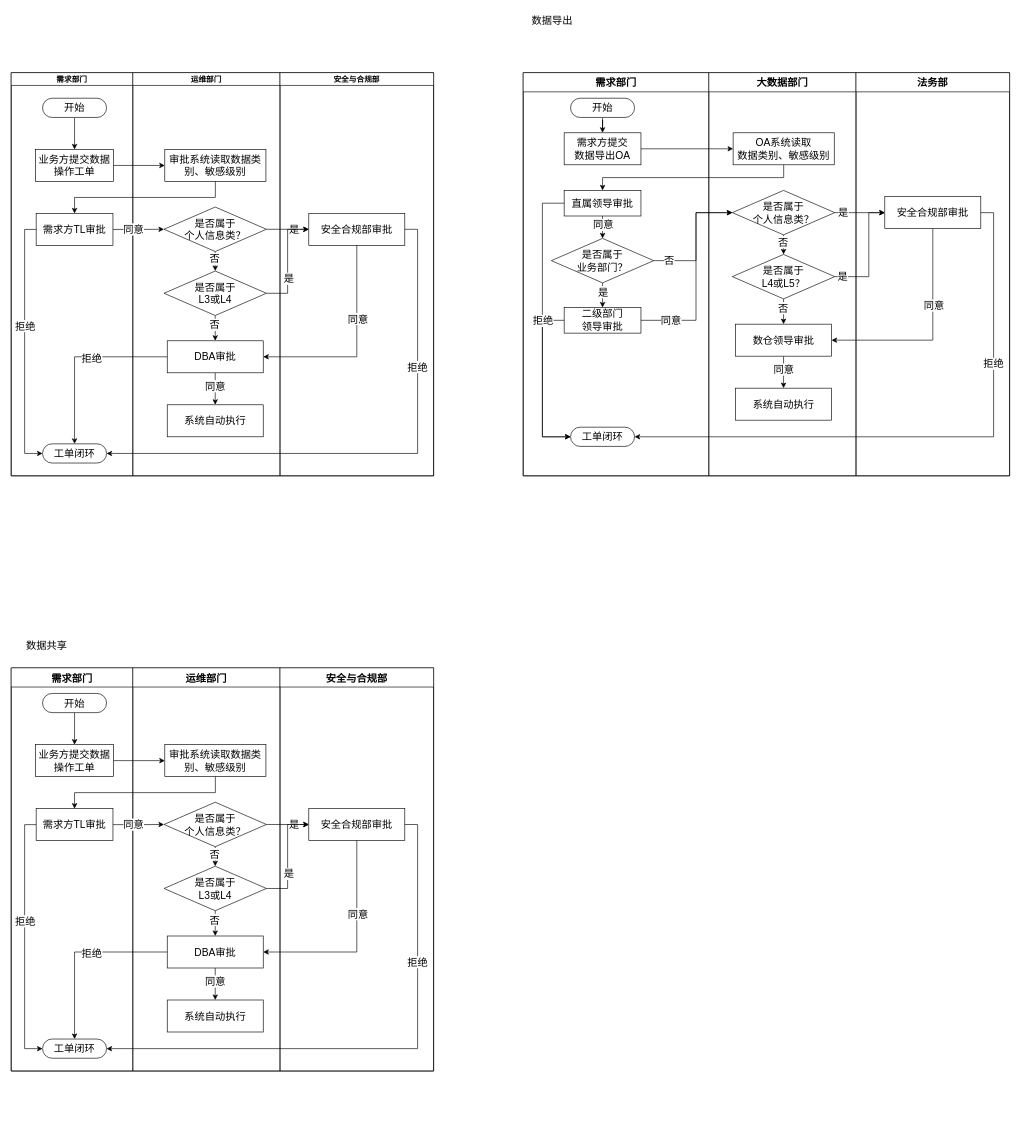
Above: 数据分级保护各场景流程图.drawio in hongweilv-whu/flowCharts (draw.io), before the change. Source tidied: cells renumbered, new cells numbered last; positions are measured from the earlier drawing's top-left corner, leaving out a move shared by most shapes. Both pictures are drawn from the tidied source at 64%, with x=0, y=0 at pixel (11, 11).
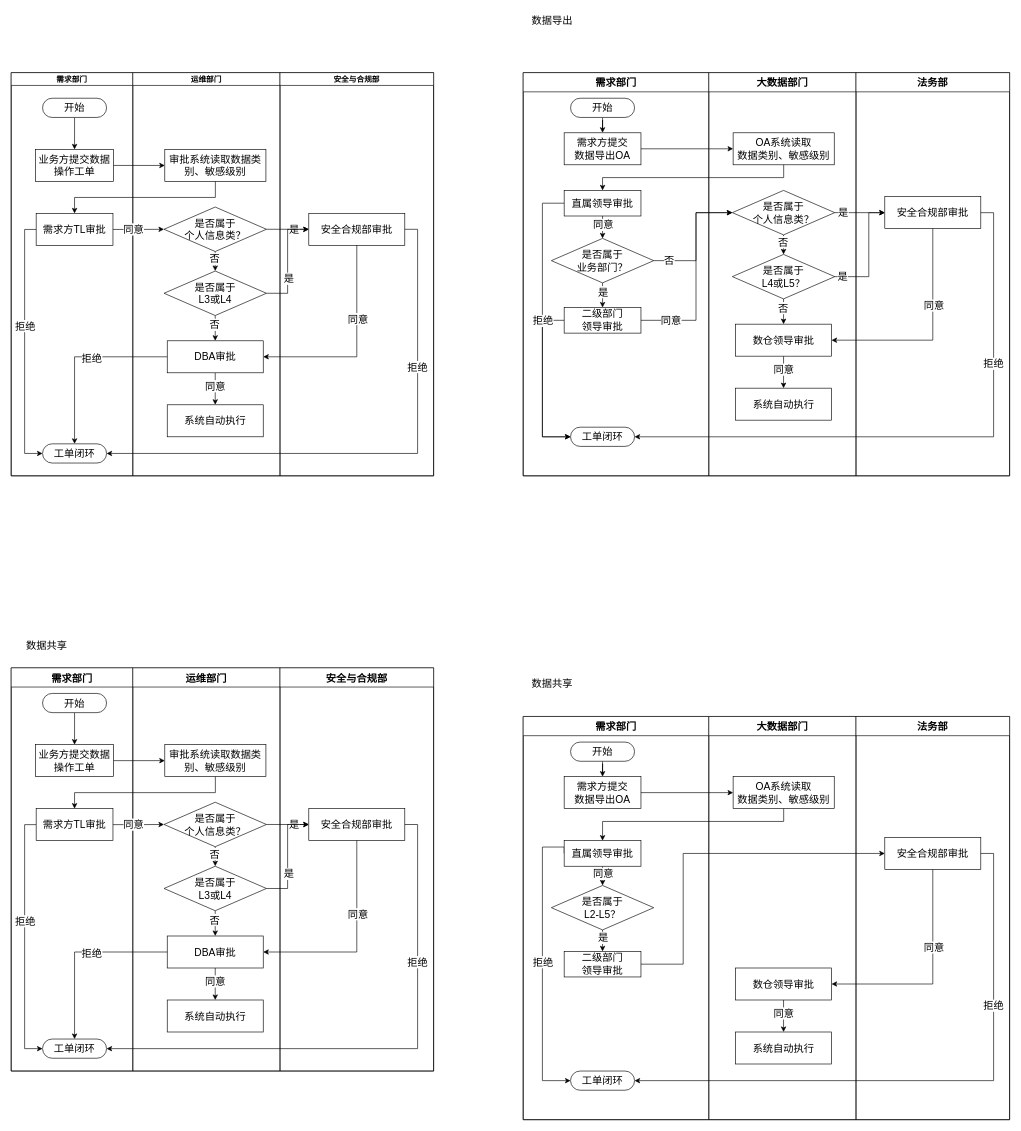
The same page after the edit.

Commit message (it also covers changes not shown here):
更新数据分级保护各场景流程图.drawio

The edit, as a diff of the source:
```diff
@@
+    <mxCell id="122" style="swimlane;startSize=0;horizontal=0;" parent="1" vertex="1">
+      <mxGeometry x="800" y="1102" width="760" height="630" as="geometry" />
+    </mxCell>
+    <mxCell id="123" value="需求部门" style="swimlane;startSize=30;fontSize=16;" parent="122" vertex="1">
+      <mxGeometry width="290" height="630" as="geometry" />
+    </mxCell>
+    <mxCell id="124" value="&lt;font style=&quot;font-size: 16px;&quot;&gt;需求方提交&lt;br&gt;数据导出OA&lt;/font&gt;" style="rounded=0;whiteSpace=wrap;html=1;" parent="123" vertex="1">
+      <mxGeometry x="64" y="94" width="120" height="50" as="geometry" />
+    </mxCell>
+    <mxCell id="125" style="edgeStyle=orthogonalEdgeStyle;rounded=0;jettySize=auto;html=1;exitX=0.5;exitY=1;exitDx=0;exitDy=0;fontSize=16;" parent="123" edge="1" source="126" target="124">
+      <mxGeometry relative="1" as="geometry" />
+    </mxCell>
+    <mxCell id="126" value="开始" style="rounded=1;whiteSpace=wrap;html=1;fontSize=16;arcSize=50;" parent="123" vertex="1">
+      <mxGeometry x="74" y="40" width="100" height="30" as="geometry" />
+    </mxCell>
+    <mxCell id="127" value="工单闭环" style="rounded=1;whiteSpace=wrap;html=1;fontSize=16;arcSize=50;" parent="123" vertex="1">
+      <mxGeometry x="74" y="554" width="100" height="30" as="geometry" />
+    </mxCell>
+    <mxCell id="128" value="&lt;font style=&quot;font-size: 16px;&quot;&gt;二级部门&lt;br&gt;领导审批&lt;/font&gt;" style="rounded=0;whiteSpace=wrap;html=1;" parent="123" vertex="1">
+      <mxGeometry x="64" y="367" width="120" height="40" as="geometry" />
+    </mxCell>
+    <mxCell id="129" style="edgeStyle=orthogonalEdgeStyle;rounded=0;jettySize=auto;html=1;exitX=0;exitY=0.5;exitDx=0;exitDy=0;entryX=0;entryY=0.5;entryDx=0;entryDy=0;fontSize=16;" parent="123" edge="1" source="133" target="127">
+      <mxGeometry relative="1" as="geometry">
+        <Array as="points">
+          <mxPoint x="30" y="204" />
+          <mxPoint x="30" y="569" />
+        </Array>
+      </mxGeometry>
+    </mxCell>
+    <mxCell id="130" value="拒绝" style="edgeLabel;html=1;align=center;verticalAlign=middle;fontSize=16;" parent="129" vertex="1">
+      <mxGeometry x="0.16" relative="1" as="geometry">
+        <mxPoint y="-40" as="offset" />
+      </mxGeometry>
+    </mxCell>
+    <mxCell id="131" style="edgeStyle=orthogonalEdgeStyle;rounded=0;jettySize=auto;html=1;exitX=0.5;exitY=1;exitDx=0;exitDy=0;entryX=0.5;entryY=0;entryDx=0;entryDy=0;fontSize=16;" parent="123" edge="1" source="133" target="136">
+      <mxGeometry relative="1" as="geometry" />
+    </mxCell>
+    <mxCell id="132" value="同意" style="edgeLabel;html=1;align=center;verticalAlign=middle;fontSize=16;" parent="131" vertex="1">
+      <mxGeometry x="-0.24" relative="1" as="geometry" />
+    </mxCell>
+    <mxCell id="133" value="&lt;font style=&quot;font-size: 16px;&quot;&gt;直属领导审批&lt;/font&gt;" style="rounded=0;whiteSpace=wrap;html=1;" parent="123" vertex="1">
+      <mxGeometry x="64" y="194" width="120" height="40" as="geometry" />
+    </mxCell>
+    <mxCell id="134" style="edgeStyle=orthogonalEdgeStyle;rounded=0;jettySize=auto;html=1;exitX=0.5;exitY=1;exitDx=0;exitDy=0;fontSize=16;" parent="123" edge="1" source="136" target="128">
+      <mxGeometry relative="1" as="geometry" />
+    </mxCell>
+    <mxCell id="135" value="是" style="edgeLabel;html=1;align=center;verticalAlign=middle;fontSize=16;" parent="134" vertex="1">
+      <mxGeometry x="-0.66" relative="1" as="geometry">
+        <mxPoint y="4" as="offset" />
+      </mxGeometry>
+    </mxCell>
+    <mxCell id="136" value="是否属于&lt;br style=&quot;border-color: var(--border-color);&quot;&gt;L2-L5？" style="rhombus;whiteSpace=wrap;html=1;rounded=0;fontSize=16;" parent="123" vertex="1">
+      <mxGeometry x="44" y="264" width="160" height="69.5" as="geometry" />
+    </mxCell>
+    <mxCell id="137" value="大数据部门" style="swimlane;startSize=30;fontSize=16;" parent="122" vertex="1">
+      <mxGeometry x="290" width="230" height="630" as="geometry" />
+    </mxCell>
+    <mxCell id="138" value="&lt;font style=&quot;font-size: 16px;&quot;&gt;OA系统读取&lt;br&gt;数据类别、敏感级别&lt;/font&gt;" style="rounded=0;whiteSpace=wrap;html=1;" parent="137" vertex="1">
+      <mxGeometry x="38" y="94" width="158" height="50" as="geometry" />
+    </mxCell>
+    <mxCell id="139" style="edgeStyle=orthogonalEdgeStyle;rounded=0;jettySize=auto;html=1;exitX=0.5;exitY=1;exitDx=0;exitDy=0;entryX=0.5;entryY=0;entryDx=0;entryDy=0;fontSize=16;" parent="137" edge="1" source="141" target="142">
+      <mxGeometry relative="1" as="geometry" />
+    </mxCell>
+    <mxCell id="140" value="同意" style="edgeLabel;html=1;align=center;verticalAlign=middle;fontSize=16;" parent="139" vertex="1">
+      <mxGeometry x="-0.21" relative="1" as="geometry" />
+    </mxCell>
+    <mxCell id="141" value="&lt;span style=&quot;font-size: 16px;&quot;&gt;数仓领导审批&lt;/span&gt;" style="rounded=0;whiteSpace=wrap;html=1;" parent="137" vertex="1">
+      <mxGeometry x="41.8" y="393" width="150" height="50" as="geometry" />
+    </mxCell>
+    <mxCell id="142" value="&lt;span style=&quot;font-size: 16px;&quot;&gt;系统自动执行&lt;/span&gt;" style="rounded=0;whiteSpace=wrap;html=1;" parent="137" vertex="1">
+      <mxGeometry x="41.8" y="493" width="150" height="50" as="geometry" />
+    </mxCell>
+    <mxCell id="143" value="法务部" style="swimlane;startSize=30;fontSize=16;" parent="122" vertex="1">
+      <mxGeometry x="520" width="240" height="630" as="geometry" />
+    </mxCell>
+    <mxCell id="144" value="&lt;span style=&quot;font-size: 16px;&quot;&gt;安全合规部审批&lt;/span&gt;" style="rounded=0;whiteSpace=wrap;html=1;" parent="143" vertex="1">
+      <mxGeometry x="45" y="189" width="150" height="50" as="geometry" />
+    </mxCell>
+    <mxCell id="145" style="edgeStyle=orthogonalEdgeStyle;rounded=0;jettySize=auto;html=1;exitX=1;exitY=0.5;exitDx=0;exitDy=0;entryX=0;entryY=0.5;entryDx=0;entryDy=0;fontSize=16;" parent="122" edge="1" source="124" target="138">
+      <mxGeometry relative="1" as="geometry" />
+    </mxCell>
+    <mxCell id="146" style="edgeStyle=orthogonalEdgeStyle;rounded=0;jettySize=auto;html=1;exitX=1;exitY=0.5;exitDx=0;exitDy=0;entryX=1;entryY=0.5;entryDx=0;entryDy=0;fontSize=16;" parent="122" edge="1" source="144" target="127">
+      <mxGeometry relative="1" as="geometry" />
+    </mxCell>
+    <mxCell id="147" value="拒绝" style="edgeLabel;html=1;align=center;verticalAlign=middle;fontSize=16;" parent="146" vertex="1">
+      <mxGeometry x="-0.45" y="-1" relative="1" as="geometry" />
+    </mxCell>
+    <mxCell id="148" style="edgeStyle=orthogonalEdgeStyle;rounded=0;jettySize=auto;html=1;exitX=0.5;exitY=1;exitDx=0;exitDy=0;entryX=1;entryY=0.5;entryDx=0;entryDy=0;fontSize=16;" parent="122" edge="1" source="144" target="141">
+      <mxGeometry relative="1" as="geometry" />
+    </mxCell>
+    <mxCell id="149" value="同意" style="edgeLabel;html=1;align=center;verticalAlign=middle;fontSize=16;" parent="148" vertex="1">
+      <mxGeometry x="-0.28" y="1" relative="1" as="geometry" />
+    </mxCell>
+    <mxCell id="150" style="edgeStyle=orthogonalEdgeStyle;rounded=0;jettySize=auto;html=1;exitX=0.5;exitY=1;exitDx=0;exitDy=0;entryX=0.5;entryY=0;entryDx=0;entryDy=0;fontSize=16;" parent="122" edge="1" source="138" target="133">
+      <mxGeometry relative="1" as="geometry">
+        <Array as="points">
+          <mxPoint x="407" y="164" />
+          <mxPoint x="124" y="164" />
+        </Array>
+      </mxGeometry>
+    </mxCell>
+    <mxCell id="151" style="edgeStyle=orthogonalEdgeStyle;rounded=0;jettySize=auto;html=1;exitX=1;exitY=0.5;exitDx=0;exitDy=0;entryX=0;entryY=0.5;entryDx=0;entryDy=0;fontSize=16;" parent="122" edge="1" source="128" target="144">
+      <mxGeometry relative="1" as="geometry">
+        <Array as="points">
+          <mxPoint x="250" y="387" />
+          <mxPoint x="250" y="214" />
+        </Array>
+      </mxGeometry>
+    </mxCell>
+    <mxCell id="152" value="数据共享" style="text;html=1;align=center;verticalAlign=middle;strokeColor=none;fillColor=none;fontSize=16;" parent="1" vertex="1">
+      <mxGeometry x="800" y="1036" width="90" height="30" as="geometry" />
+    </mxCell>
```
